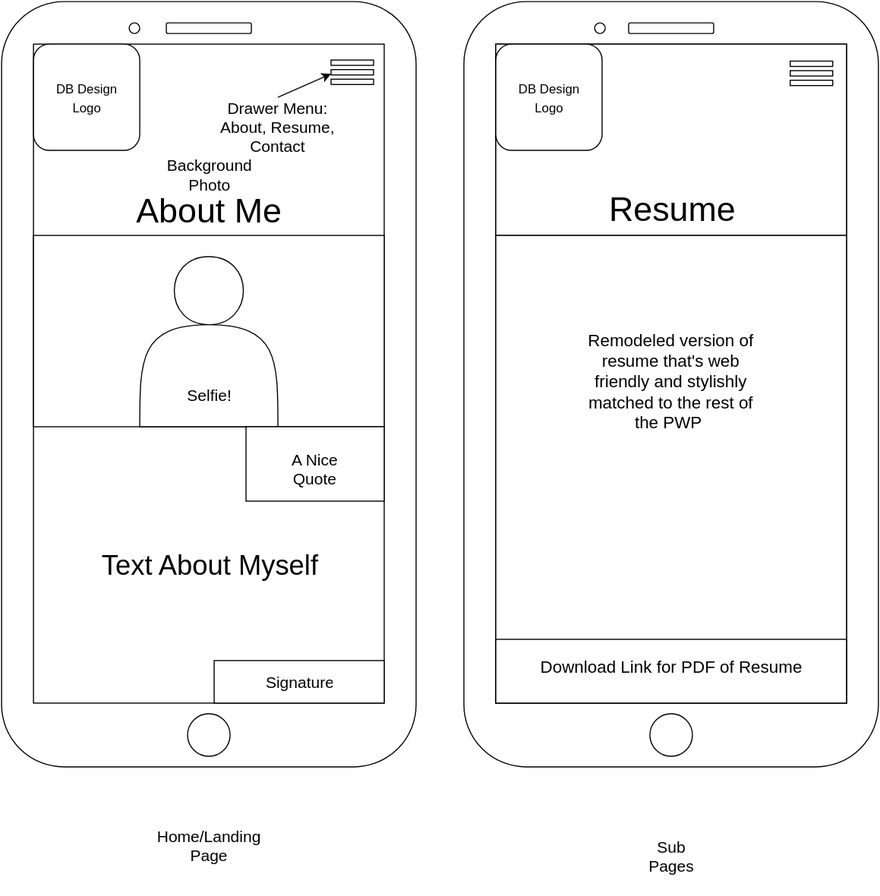
This is public_html/images/dbdesignwireframemobile.svg from dbeetz/devon-beets-design, a draw.io export, as it was before one commit. Source tidied: cells renumbered, new cells last; positions are measured from the earlier drawing's top-left corner, leaving out a move shared by most shapes. The source it was exported from:
```xml
<mxGraphModel background="#ffffff">
  <root>
    <mxCell id="0" />
    <mxCell id="1" parent="0" />
    <mxCell id="2" style="rounded=1;whiteSpace=wrap;html=1;fontSize=32;" parent="1" vertex="1">
      <mxGeometry width="390" height="720" as="geometry" />
    </mxCell>
    <mxCell id="3" style="whiteSpace=wrap;html=1;fontSize=32;" parent="1" vertex="1">
      <mxGeometry x="30" y="40" width="330" height="620" as="geometry" />
    </mxCell>
    <mxCell id="4" style="ellipse;whiteSpace=wrap;html=1;fontSize=32;" parent="1" vertex="1">
      <mxGeometry x="175" y="670" width="40" height="40" as="geometry" />
    </mxCell>
    <mxCell id="5" style="rounded=1;whiteSpace=wrap;html=1;fontSize=32;" parent="1" vertex="1">
      <mxGeometry x="435" width="390" height="720" as="geometry" />
    </mxCell>
    <mxCell id="6" style="whiteSpace=wrap;html=1;fontSize=32;" parent="1" vertex="1">
      <mxGeometry x="465" y="40" width="330" height="620" as="geometry" />
    </mxCell>
    <mxCell id="7" style="ellipse;whiteSpace=wrap;html=1;fontSize=32;" parent="1" vertex="1">
      <mxGeometry x="610" y="670" width="40" height="40" as="geometry" />
    </mxCell>
    <mxCell id="8" style="rounded=1;whiteSpace=wrap;html=1;fontSize=32;" parent="1" vertex="1">
      <mxGeometry x="155" y="20" width="80" height="10" as="geometry" />
    </mxCell>
    <mxCell id="9" style="rounded=1;whiteSpace=wrap;html=1;fontSize=32;" parent="1" vertex="1">
      <mxGeometry x="590" y="20" width="80" height="10" as="geometry" />
    </mxCell>
    <mxCell id="10" style="ellipse;whiteSpace=wrap;html=1;fontSize=32;" parent="1" vertex="1">
      <mxGeometry x="120" y="20" width="10" height="10" as="geometry" />
    </mxCell>
    <mxCell id="11" style="ellipse;whiteSpace=wrap;html=1;fontSize=32;" parent="1" vertex="1">
      <mxGeometry x="558" y="20" width="10" height="10" as="geometry" />
    </mxCell>
    <mxCell id="12" style="rounded=1;whiteSpace=wrap;html=1;fontSize=32;" parent="1" vertex="1">
      <mxGeometry x="30" y="40" width="100" height="100" as="geometry" />
    </mxCell>
    <mxCell id="13" value="&lt;font style=&quot;font-size: 12px&quot;&gt;DB Design Logo&lt;/font&gt;" style="text;html=1;strokeColor=none;fillColor=none;align=center;verticalAlign=middle;whiteSpace=wrap;overflow=hidden;fontSize=15;" parent="1" vertex="1">
      <mxGeometry x="48" y="60" width="65" height="60" as="geometry" />
    </mxCell>
    <mxCell id="14" value="Home/Landing Page" style="text;html=1;strokeColor=none;fillColor=none;align=center;verticalAlign=middle;whiteSpace=wrap;overflow=hidden;fontSize=15;" parent="1" vertex="1">
      <mxGeometry y="740" width="390" height="90" as="geometry" />
    </mxCell>
    <mxCell id="15" value="Sub Pages" style="text;html=1;strokeColor=none;fillColor=none;align=center;verticalAlign=middle;whiteSpace=wrap;overflow=hidden;fontSize=15;" parent="1" vertex="1">
      <mxGeometry x="435" y="750" width="390" height="90" as="geometry" />
    </mxCell>
    <mxCell id="16" value="&lt;font style=&quot;font-size: 32px&quot;&gt;About Me&lt;/font&gt;" style="text;html=1;strokeColor=none;fillColor=none;align=center;verticalAlign=middle;whiteSpace=wrap;overflow=hidden;fontSize=15;" parent="1" vertex="1">
      <mxGeometry x="30" y="151" width="330" height="90" as="geometry" />
    </mxCell>
    <mxCell id="17" style="whiteSpace=wrap;html=1;fontSize=15;" parent="1" vertex="1">
      <mxGeometry x="30" y="220" width="330" height="180" as="geometry" />
    </mxCell>
    <mxCell id="18" style="shape=actor;whiteSpace=wrap;html=1;fontSize=15;" parent="1" vertex="1">
      <mxGeometry x="130" y="240" width="130" height="160" as="geometry" />
    </mxCell>
    <mxCell id="19" value="Selfie!" style="text;html=1;strokeColor=none;fillColor=none;align=center;verticalAlign=middle;whiteSpace=wrap;overflow=hidden;fontSize=15;" parent="1" vertex="1">
      <mxGeometry x="165" y="360" width="60" height="20" as="geometry" />
    </mxCell>
    <mxCell id="20" value="&lt;font style=&quot;font-size: 26px&quot;&gt;Text About Myself&lt;/font&gt;" style="text;html=1;strokeColor=none;fillColor=none;align=center;verticalAlign=middle;whiteSpace=wrap;overflow=hidden;fontSize=15;" parent="1" vertex="1">
      <mxGeometry x="30" y="400" width="330" height="260" as="geometry" />
    </mxCell>
    <mxCell id="21" style="whiteSpace=wrap;html=1;fontSize=15;" parent="1" vertex="1">
      <mxGeometry x="230" y="400" width="130" height="70" as="geometry" />
    </mxCell>
    <mxCell id="22" value="A Nice Quote" style="text;html=1;strokeColor=none;fillColor=none;align=center;verticalAlign=middle;whiteSpace=wrap;overflow=hidden;fontSize=15;" parent="1" vertex="1">
      <mxGeometry x="260" y="415" width="70" height="50" as="geometry" />
    </mxCell>
    <mxCell id="23" style="whiteSpace=wrap;html=1;fontSize=15;" parent="1" vertex="1">
      <mxGeometry x="200" y="620" width="160" height="40" as="geometry" />
    </mxCell>
    <mxCell id="24" value="Signature" style="text;html=1;strokeColor=none;fillColor=none;align=center;verticalAlign=middle;whiteSpace=wrap;overflow=hidden;fontSize=15;" parent="1" vertex="1">
      <mxGeometry x="230" y="625" width="100" height="30" as="geometry" />
    </mxCell>
    <mxCell id="25" value="Background Photo" style="text;html=1;strokeColor=none;fillColor=none;align=center;verticalAlign=middle;whiteSpace=wrap;overflow=hidden;fontSize=15;" parent="1" vertex="1">
      <mxGeometry x="130" y="134" width="130" height="40" as="geometry" />
    </mxCell>
    <mxCell id="26" style="whiteSpace=wrap;html=1;fontSize=15;" parent="1" vertex="1">
      <mxGeometry x="310" y="55" width="40" height="5" as="geometry" />
    </mxCell>
    <mxCell id="27" style="whiteSpace=wrap;html=1;fontSize=15;" parent="1" vertex="1">
      <mxGeometry x="310" y="64" width="40" height="5" as="geometry" />
    </mxCell>
    <mxCell id="28" style="whiteSpace=wrap;html=1;fontSize=15;" parent="1" vertex="1">
      <mxGeometry x="310" y="73" width="40" height="5" as="geometry" />
    </mxCell>
    <mxCell id="29" value="Drawer Menu: About, Resume, Contact&lt;div&gt;&lt;br&gt;&lt;/div&gt;" style="text;html=1;strokeColor=none;fillColor=none;align=center;verticalAlign=middle;whiteSpace=wrap;overflow=hidden;fontSize=15;" parent="1" vertex="1">
      <mxGeometry x="190" y="90" width="140" height="60" as="geometry" />
    </mxCell>
    <mxCell id="30" style="endArrow=classic;html=1;fontSize=15;exitX=0.5;exitY=0;entryX=0;entryY=0.75;" parent="1" edge="1" source="29" target="27">
      <mxGeometry relative="1" as="geometry" />
    </mxCell>
    <mxCell id="31" style="whiteSpace=wrap;html=1;fontSize=16;" parent="1" vertex="1">
      <mxGeometry x="465" y="40" width="330" height="180" as="geometry" />
    </mxCell>
    <mxCell id="32" value="&lt;font style=&quot;font-size: 32px&quot;&gt;Resume&lt;/font&gt;" style="text;html=1;strokeColor=none;fillColor=none;align=center;verticalAlign=middle;whiteSpace=wrap;overflow=hidden;fontSize=15;" parent="1" vertex="1">
      <mxGeometry x="465" y="150" width="330" height="90" as="geometry" />
    </mxCell>
    <mxCell id="33" style="rounded=1;whiteSpace=wrap;html=1;fontSize=32;" parent="1" vertex="1">
      <mxGeometry x="465" y="40" width="100" height="100" as="geometry" />
    </mxCell>
    <mxCell id="34" value="&lt;font style=&quot;font-size: 12px&quot;&gt;DB Design Logo&lt;/font&gt;" style="text;html=1;strokeColor=none;fillColor=none;align=center;verticalAlign=middle;whiteSpace=wrap;overflow=hidden;fontSize=15;" parent="1" vertex="1">
      <mxGeometry x="483" y="60" width="65" height="60" as="geometry" />
    </mxCell>
    <mxCell id="35" style="whiteSpace=wrap;html=1;fontSize=16;" parent="1" vertex="1">
      <mxGeometry x="465" y="220" width="330" height="440" as="geometry" />
    </mxCell>
    <mxCell id="36" value="Remodeled version of resume that's web friendly and stylishly matched to the rest of the PWP&amp;nbsp;" style="text;html=1;strokeColor=none;fillColor=none;align=center;verticalAlign=middle;whiteSpace=wrap;overflow=hidden;fontSize=16;" parent="1" vertex="1">
      <mxGeometry x="550" y="291" width="160" height="130" as="geometry" />
    </mxCell>
    <mxCell id="37" style="whiteSpace=wrap;html=1;fontSize=16;" parent="1" vertex="1">
      <mxGeometry x="465" y="600" width="330" height="60" as="geometry" />
    </mxCell>
    <mxCell id="38" value="Download Link for PDF of Resume" style="text;html=1;strokeColor=none;fillColor=none;align=center;verticalAlign=middle;whiteSpace=wrap;overflow=hidden;fontSize=16;" parent="1" vertex="1">
      <mxGeometry x="500" y="615" width="260" height="20" as="geometry" />
    </mxCell>
    <mxCell id="39" style="whiteSpace=wrap;html=1;fontSize=15;" parent="1" vertex="1">
      <mxGeometry x="742" y="56" width="40" height="5" as="geometry" />
    </mxCell>
    <mxCell id="40" style="whiteSpace=wrap;html=1;fontSize=15;" parent="1" vertex="1">
      <mxGeometry x="742" y="65" width="40" height="5" as="geometry" />
    </mxCell>
    <mxCell id="41" style="whiteSpace=wrap;html=1;fontSize=15;" parent="1" vertex="1">
      <mxGeometry x="742" y="74" width="40" height="5" as="geometry" />
    </mxCell>
  </root>
</mxGraphModel>
```
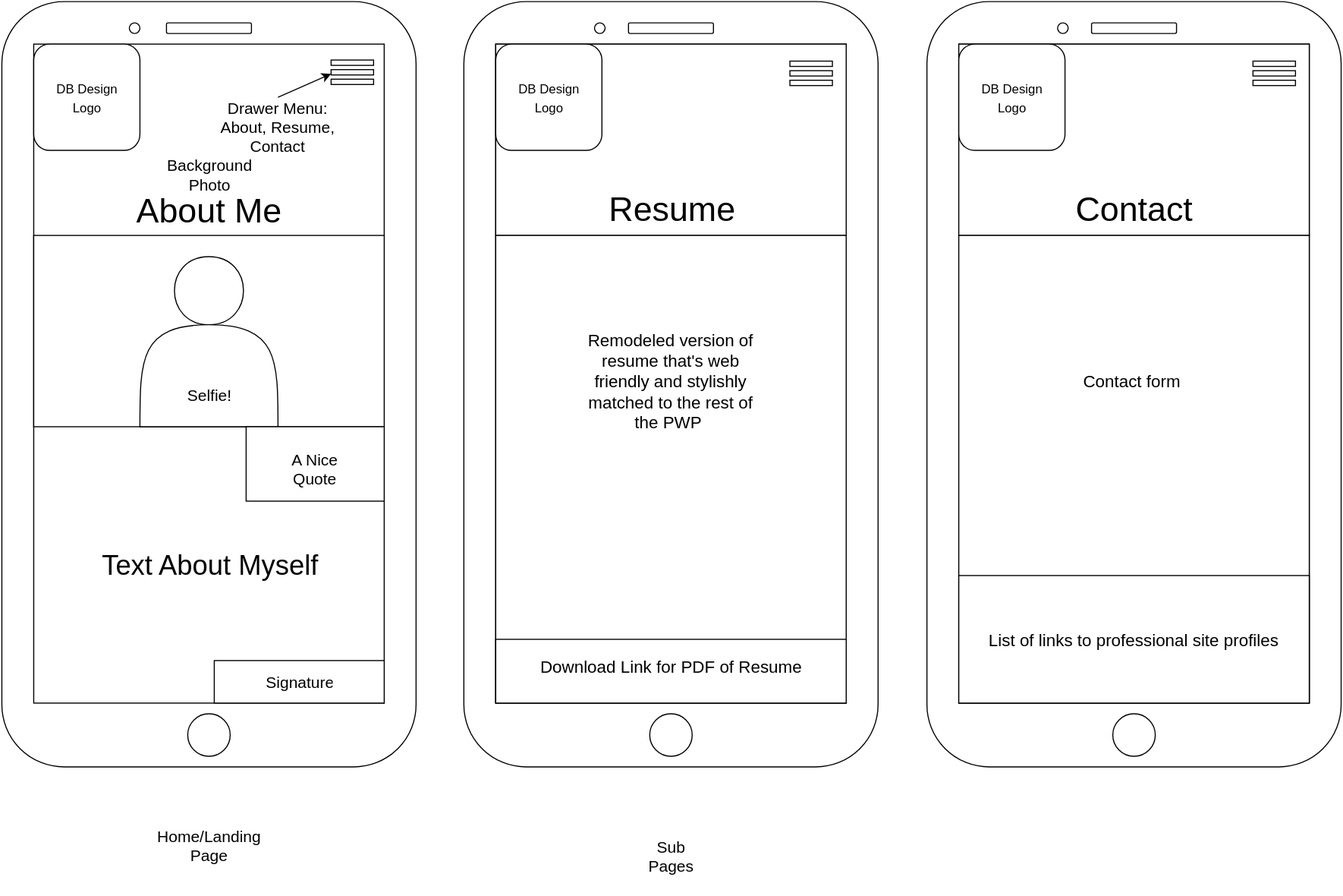
The same file after the commit.

Commit message:
updated mobile wireframe svg file

Diff of the diagram source:
```diff
@@ -122,5 +122,50 @@
     <mxCell id="41" style="whiteSpace=wrap;html=1;fontSize=15;" parent="1" vertex="1">
       <mxGeometry x="742" y="74" width="40" height="5" as="geometry" />
     </mxCell>
+    <mxCell id="42" style="rounded=1;whiteSpace=wrap;html=1;fontSize=32;" parent="1" vertex="1">
+      <mxGeometry x="871" width="390" height="720" as="geometry" />
+    </mxCell>
+    <mxCell id="43" style="whiteSpace=wrap;html=1;fontSize=32;" parent="1" vertex="1">
+      <mxGeometry x="901" y="40" width="330" height="620" as="geometry" />
+    </mxCell>
+    <mxCell id="44" style="ellipse;whiteSpace=wrap;html=1;fontSize=32;" parent="1" vertex="1">
+      <mxGeometry x="1046" y="670" width="40" height="40" as="geometry" />
+    </mxCell>
+    <mxCell id="45" style="rounded=1;whiteSpace=wrap;html=1;fontSize=32;" parent="1" vertex="1">
+      <mxGeometry x="1026" y="20" width="80" height="10" as="geometry" />
+    </mxCell>
+    <mxCell id="46" style="ellipse;whiteSpace=wrap;html=1;fontSize=32;" parent="1" vertex="1">
+      <mxGeometry x="994" y="20" width="10" height="10" as="geometry" />
+    </mxCell>
+    <mxCell id="47" style="whiteSpace=wrap;html=1;fontSize=16;" parent="1" vertex="1">
+      <mxGeometry x="901" y="40" width="330" height="180" as="geometry" />
+    </mxCell>
+    <mxCell id="48" value="&lt;font style=&quot;font-size: 32px&quot;&gt;Contact&lt;/font&gt;" style="text;html=1;strokeColor=none;fillColor=none;align=center;verticalAlign=middle;whiteSpace=wrap;overflow=hidden;fontSize=15;" parent="1" vertex="1">
+      <mxGeometry x="901" y="150" width="330" height="90" as="geometry" />
+    </mxCell>
+    <mxCell id="49" style="rounded=1;whiteSpace=wrap;html=1;fontSize=32;" parent="1" vertex="1">
+      <mxGeometry x="901" y="40" width="100" height="100" as="geometry" />
+    </mxCell>
+    <mxCell id="50" value="&lt;font style=&quot;font-size: 12px&quot;&gt;DB Design Logo&lt;/font&gt;" style="text;html=1;strokeColor=none;fillColor=none;align=center;verticalAlign=middle;whiteSpace=wrap;overflow=hidden;fontSize=15;" parent="1" vertex="1">
+      <mxGeometry x="919" y="60" width="65" height="60" as="geometry" />
+    </mxCell>
+    <mxCell id="51" style="whiteSpace=wrap;html=1;fontSize=16;" parent="1" vertex="1">
+      <mxGeometry x="901" y="220" width="330" height="440" as="geometry" />
+    </mxCell>
+    <mxCell id="52" value="Contact form&amp;nbsp;" style="text;html=1;strokeColor=none;fillColor=none;align=center;verticalAlign=middle;whiteSpace=wrap;overflow=hidden;fontSize=16;" parent="1" vertex="1">
+      <mxGeometry x="986" y="291" width="160" height="130" as="geometry" />
+    </mxCell>
+    <mxCell id="53" value="List of links to professional site profiles" style="whiteSpace=wrap;html=1;fontSize=16;" parent="1" vertex="1">
+      <mxGeometry x="901" y="540" width="330" height="120" as="geometry" />
+    </mxCell>
+    <mxCell id="54" style="whiteSpace=wrap;html=1;fontSize=15;" parent="1" vertex="1">
+      <mxGeometry x="1178" y="56" width="40" height="5" as="geometry" />
+    </mxCell>
+    <mxCell id="55" style="whiteSpace=wrap;html=1;fontSize=15;" parent="1" vertex="1">
+      <mxGeometry x="1178" y="65" width="40" height="5" as="geometry" />
+    </mxCell>
+    <mxCell id="56" style="whiteSpace=wrap;html=1;fontSize=15;" parent="1" vertex="1">
+      <mxGeometry x="1178" y="74" width="40" height="5" as="geometry" />
+    </mxCell>
   </root>
 </mxGraphModel>
```
